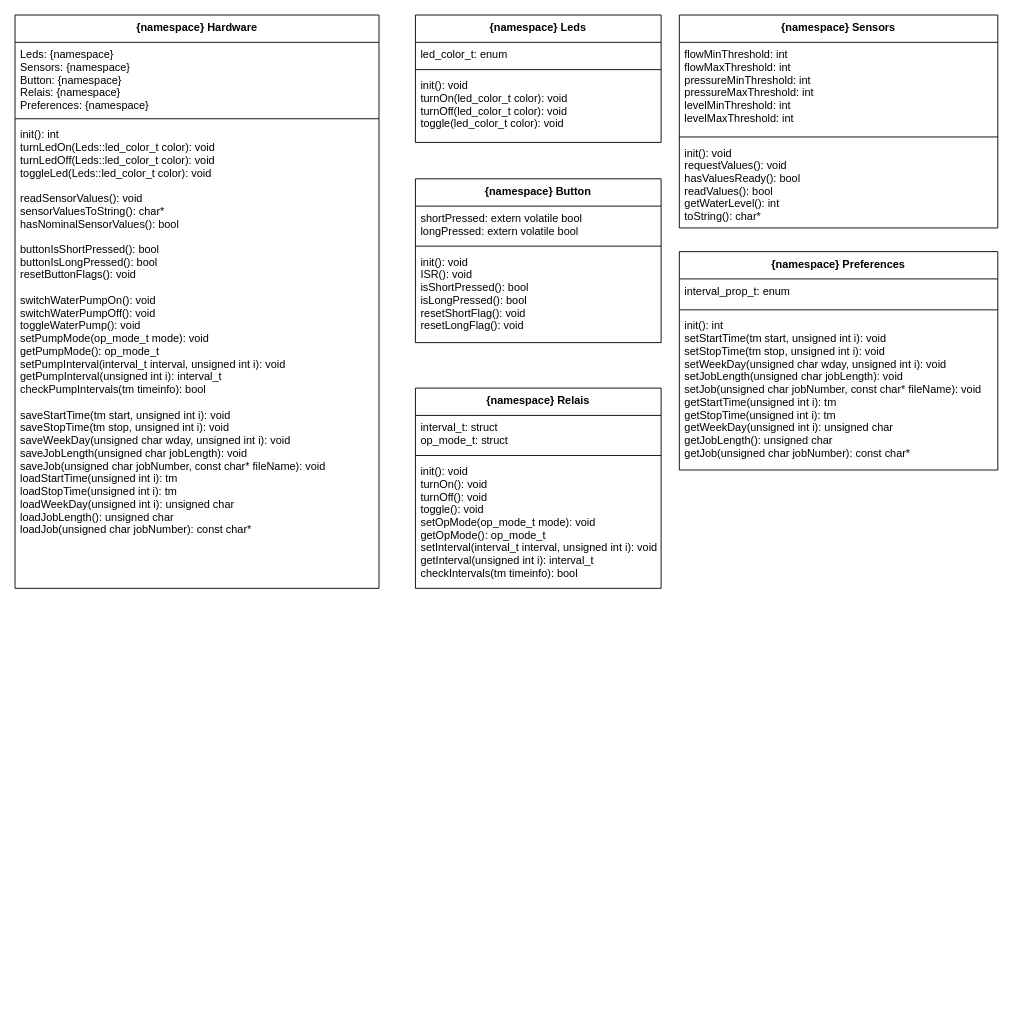
Earlier version of the draw.io diagram doc/software_architecture.drawio (OliverWoehrer/Brunnen). Source tidied: cells renumbered, new cells numbered last; positions are measured from the earlier drawing's top-left corner, leaving out a move shared by most shapes. Both pictures are drawn from the tidied source at 91%, with x=0, y=0 at pixel (15, 15).
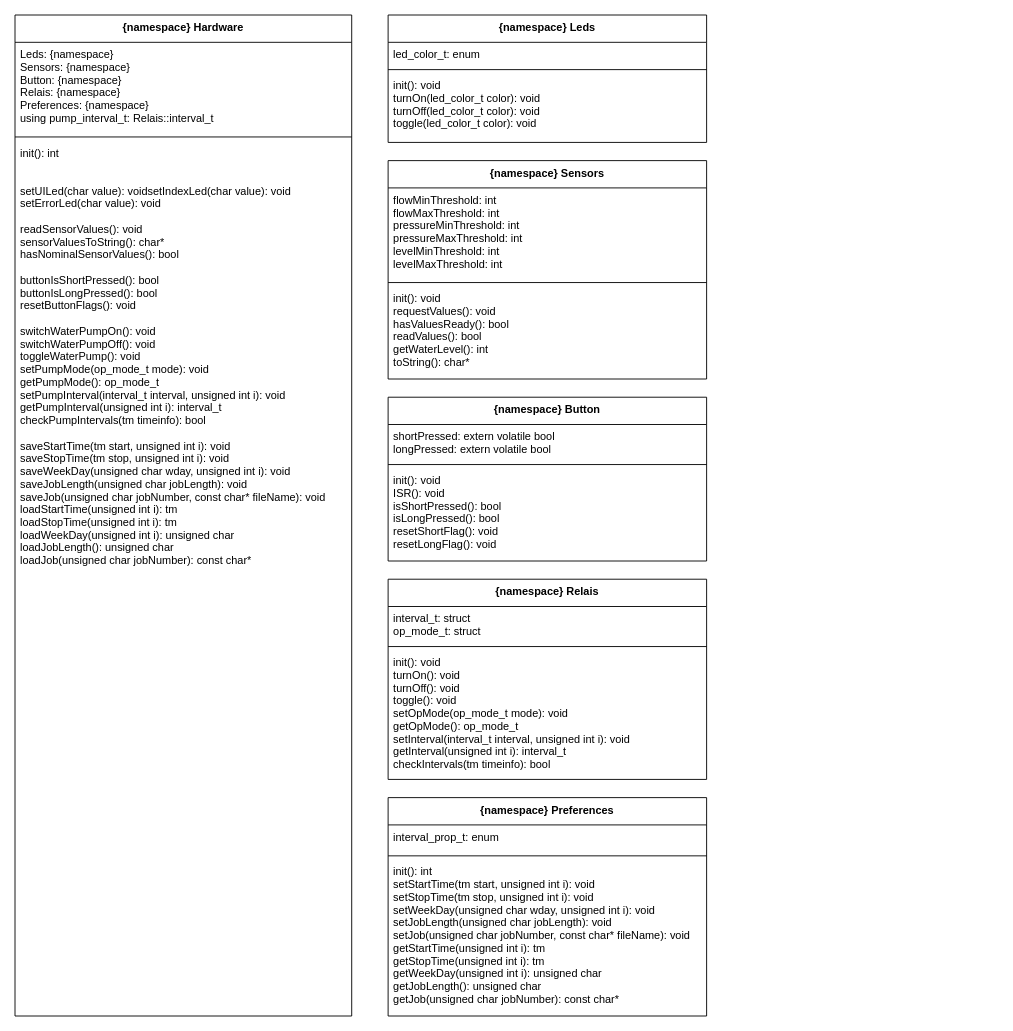
After the change.

Diff of the diagram source:
```diff
@@
     <mxCell id="2" value="{namespace} Leds" style="swimlane;fontStyle=1;align=center;verticalAlign=top;horizontal=1;startSize=30;fontFamily=Helvetica;" parent="1" vertex="1">
-      <mxGeometry x="440" width="270" height="140" as="geometry" />
+      <mxGeometry x="410" width="350" height="140" as="geometry" />
     </mxCell>
     <mxCell id="3" value="led_color_t: enum" style="text;strokeColor=none;fillColor=none;align=left;verticalAlign=top;spacingLeft=4;spacingRight=4;overflow=hidden;fontFamily=Helvetica;" parent="2" vertex="1">
-      <mxGeometry y="30" width="270" height="26" as="geometry" />
+      <mxGeometry y="30" width="350" height="26" as="geometry" />
     </mxCell>
     <mxCell id="4" style="line;strokeWidth=1;fillColor=none;align=left;verticalAlign=middle;spacingTop=-1;spacingLeft=3;spacingRight=3;labelPosition=right;fontFamily=Helvetica;" parent="2" vertex="1">
-      <mxGeometry y="56" width="270" height="8" as="geometry" />
+      <mxGeometry y="56" width="350" height="8" as="geometry" />
     </mxCell>
     <mxCell id="5" value="init(): void&#10;turnOn(led_color_t color): void&#10;turnOff(led_color_t color): void &#10;toggle(led_color_t color): void " style="text;strokeColor=none;fillColor=none;align=left;verticalAlign=top;spacingLeft=4;spacingRight=4;overflow=hidden;fontFamily=Helvetica;" parent="2" vertex="1">
-      <mxGeometry y="64" width="270" height="76" as="geometry" />
+      <mxGeometry y="64" width="350" height="76" as="geometry" />
     </mxCell>
     <mxCell id="6" value="{namespace} Sensors" style="swimlane;fontStyle=1;align=center;verticalAlign=top;horizontal=1;startSize=30;fontFamily=Helvetica;" parent="1" vertex="1">
-      <mxGeometry x="730" width="350" height="234" as="geometry" />
+      <mxGeometry x="410" y="160" width="350" height="240" as="geometry" />
     </mxCell>
@@
     <mxCell id="9" value="init(): void&#10;requestValues(): void&#10;hasValuesReady(): bool&#10;readValues(): bool&#10;getWaterLevel(): int&#10;toString(): char*" style="text;strokeColor=none;fillColor=none;align=left;verticalAlign=top;spacingLeft=4;spacingRight=4;overflow=hidden;fontFamily=Helvetica;" parent="6" vertex="1">
-      <mxGeometry y="138" width="350" height="96" as="geometry" />
+      <mxGeometry y="138" width="350" height="102" as="geometry" />
     </mxCell>
     <mxCell id="10" value="{namespace} Button" style="swimlane;fontStyle=1;align=center;verticalAlign=top;horizontal=1;startSize=30;fontFamily=Helvetica;" parent="1" vertex="1">
-      <mxGeometry x="440" y="180" width="270" height="180" as="geometry" />
+      <mxGeometry x="410" y="420" width="350" height="180" as="geometry" />
     </mxCell>
     <mxCell id="11" value="shortPressed: extern volatile bool&#10;longPressed: extern volatile bool" style="text;strokeColor=none;fillColor=none;align=left;verticalAlign=top;spacingLeft=4;spacingRight=4;overflow=hidden;fontFamily=Helvetica;" parent="10" vertex="1">
-      <mxGeometry y="30" width="270" height="40" as="geometry" />
+      <mxGeometry y="30" width="350" height="40" as="geometry" />
     </mxCell>
     <mxCell id="12" style="line;strokeWidth=1;fillColor=none;align=left;verticalAlign=middle;spacingTop=-1;spacingLeft=3;spacingRight=3;labelPosition=right;fontFamily=Helvetica;" parent="10" vertex="1">
-      <mxGeometry y="70" width="270" height="8" as="geometry" />
+      <mxGeometry y="70" width="350" height="8" as="geometry" />
     </mxCell>
     <mxCell id="13" value="init(): void&#10;ISR(): void&#10;isShortPressed(): bool&#10;isLongPressed(): bool&#10;resetShortFlag(): void&#10;resetLongFlag(): void" style="text;strokeColor=none;fillColor=none;align=left;verticalAlign=top;spacingLeft=4;spacingRight=4;overflow=hidden;fontFamily=Helvetica;" parent="10" vertex="1">
-      <mxGeometry y="78" width="270" height="102" as="geometry" />
+      <mxGeometry y="78" width="350" height="102" as="geometry" />
     </mxCell>
     <mxCell id="14" value="{namespace} Relais" style="swimlane;fontStyle=1;align=center;verticalAlign=top;horizontal=1;startSize=30;fontFamily=Helvetica;" parent="1" vertex="1">
-      <mxGeometry x="440" y="410" width="270" height="220" as="geometry" />
+      <mxGeometry x="410" y="620" width="350" height="220" as="geometry" />
     </mxCell>
     <mxCell id="15" value="interval_t: struct&#10;op_mode_t: struct" style="text;strokeColor=none;fillColor=none;align=left;verticalAlign=top;spacingLeft=4;spacingRight=4;overflow=hidden;fontFamily=Helvetica;" parent="14" vertex="1">
-      <mxGeometry y="30" width="270" height="40" as="geometry" />
+      <mxGeometry y="30" width="350" height="40" as="geometry" />
     </mxCell>
     <mxCell id="16" style="line;strokeWidth=1;fillColor=none;align=left;verticalAlign=middle;spacingTop=-1;spacingLeft=3;spacingRight=3;labelPosition=right;fontFamily=Helvetica;" parent="14" vertex="1">
-      <mxGeometry y="70" width="270" height="8" as="geometry" />
+      <mxGeometry y="70" width="350" height="8" as="geometry" />
     </mxCell>
     <mxCell id="17" value="init(): void&#10;turnOn(): void&#10;turnOff(): void&#10;toggle(): void&#10;setOpMode(op_mode_t mode): void&#10;getOpMode(): op_mode_t&#10;setInterval(interval_t interval, unsigned int i): void&#10;getInterval(unsigned int i): interval_t&#10;checkIntervals(tm timeinfo): bool" style="text;strokeColor=none;fillColor=none;align=left;verticalAlign=top;spacingLeft=4;spacingRight=4;overflow=hidden;fontFamily=Helvetica;" parent="14" vertex="1">
-      <mxGeometry y="78" width="270" height="142" as="geometry" />
+      <mxGeometry y="78" width="350" height="142" as="geometry" />
     </mxCell>
     <mxCell id="18" value="{namespace} Preferences" style="swimlane;fontStyle=1;align=center;verticalAlign=top;horizontal=1;startSize=30;fontFamily=Helvetica;" parent="1" vertex="1">
-      <mxGeometry x="730" y="260" width="350" height="240" as="geometry" />
+      <mxGeometry x="410" y="860" width="350" height="240" as="geometry" />
     </mxCell>
@@
     <mxCell id="22" value="{namespace} Hardware" style="swimlane;fontStyle=1;align=center;verticalAlign=top;horizontal=1;startSize=30;fontFamily=Helvetica;" parent="1" vertex="1">
-      <mxGeometry width="400" height="630" as="geometry" />
+      <mxGeometry width="370" height="1100" as="geometry" />
     </mxCell>
-    <mxCell id="23" value="Leds: {namespace}&#10;Sensors: {namespace}&#10;Button: {namespace}&#10;Relais: {namespace}&#10;Preferences: {namespace}" style="text;strokeColor=none;fillColor=none;align=left;verticalAlign=top;spacingLeft=4;spacingRight=4;overflow=hidden;fontFamily=Helvetica;" parent="22" vertex="1">
-      <mxGeometry y="30" width="400" height="80" as="geometry" />
+    <mxCell id="23" value="Leds: {namespace}&#10;Sensors: {namespace}&#10;Button: {namespace}&#10;Relais: {namespace}&#10;Preferences: {namespace}&#10;using pump_interval_t: Relais::interval_t" style="text;strokeColor=none;fillColor=none;align=left;verticalAlign=top;spacingLeft=4;spacingRight=4;overflow=hidden;fontFamily=Helvetica;" parent="22" vertex="1">
+      <mxGeometry y="30" width="370" height="100" as="geometry" />
     </mxCell>
     <mxCell id="24" style="line;strokeWidth=1;fillColor=none;align=left;verticalAlign=middle;spacingTop=-1;spacingLeft=3;spacingRight=3;labelPosition=right;" parent="22" vertex="1">
-      <mxGeometry y="110" width="400" height="8" as="geometry" />
+      <mxGeometry y="130" width="370" height="8" as="geometry" />
     </mxCell>
-    <mxCell id="25" value="init(): int&#10;turnLedOn(Leds::led_color_t color): void&#10;turnLedOff(Leds::led_color_t color): void&#10;toggleLed(Leds::led_color_t color): void&#10;&#10;readSensorValues(): void&#10;sensorValuesToString(): char*&#10;hasNominalSensorValues(): bool&#10;&#10;buttonIsShortPressed(): bool&#10;buttonIsLongPressed(): bool&#10;resetButtonFlags(): void&#10;&#10;switchWaterPumpOn(): void&#10;switchWaterPumpOff(): void&#10;toggleWaterPump(): void&#10;setPumpMode(op_mode_t mode): void&#10;getPumpMode(): op_mode_t&#10;setPumpInterval(interval_t interval, unsigned int i): void&#10;getPumpInterval(unsigned int i): interval_t&#10;checkPumpIntervals(tm timeinfo): bool&#10;&#10;saveStartTime(tm start, unsigned int i): void&#10;saveStopTime(tm stop, unsigned int i): void&#10;saveWeekDay(unsigned char wday, unsigned int i): void&#10;saveJobLength(unsigned char jobLength): void&#10;saveJob(unsigned char jobNumber, const char* fileName): void&#10;loadStartTime(unsigned int i): tm&#10;loadStopTime(unsigned int i): tm&#10;loadWeekDay(unsigned int i): unsigned char&#10;loadJobLength(): unsigned char&#10;loadJob(unsigned char jobNumber): const char*" style="text;strokeColor=none;fillColor=none;align=left;verticalAlign=top;spacingLeft=4;spacingRight=4;overflow=hidden;fontFamily=Helvetica;" parent="22" vertex="1">
-      <mxGeometry y="118" width="400" height="512" as="geometry" />
+    <mxCell id="25" value="init(): int&#10;&#10;&#10;setUILed(char value): voidsetIndexLed(char value): void&#10;setErrorLed(char value): void&#10;&#10;readSensorValues(): void&#10;sensorValuesToString(): char*&#10;hasNominalSensorValues(): bool&#10;&#10;buttonIsShortPressed(): bool&#10;buttonIsLongPressed(): bool&#10;resetButtonFlags(): void&#10;&#10;switchWaterPumpOn(): void&#10;switchWaterPumpOff(): void&#10;toggleWaterPump(): void&#10;setPumpMode(op_mode_t mode): void&#10;getPumpMode(): op_mode_t&#10;setPumpInterval(interval_t interval, unsigned int i): void&#10;getPumpInterval(unsigned int i): interval_t&#10;checkPumpIntervals(tm timeinfo): bool&#10;&#10;saveStartTime(tm start, unsigned int i): void&#10;saveStopTime(tm stop, unsigned int i): void&#10;saveWeekDay(unsigned char wday, unsigned int i): void&#10;saveJobLength(unsigned char jobLength): void&#10;saveJob(unsigned char jobNumber, const char* fileName): void&#10;loadStartTime(unsigned int i): tm&#10;loadStopTime(unsigned int i): tm&#10;loadWeekDay(unsigned int i): unsigned char&#10;loadJobLength(): unsigned char&#10;loadJob(unsigned char jobNumber): const char*" style="text;strokeColor=none;fillColor=none;align=left;verticalAlign=top;spacingLeft=4;spacingRight=4;overflow=hidden;fontFamily=Helvetica;" parent="22" vertex="1">
+      <mxGeometry y="138" width="370" height="962" as="geometry" />
     </mxCell>
```
